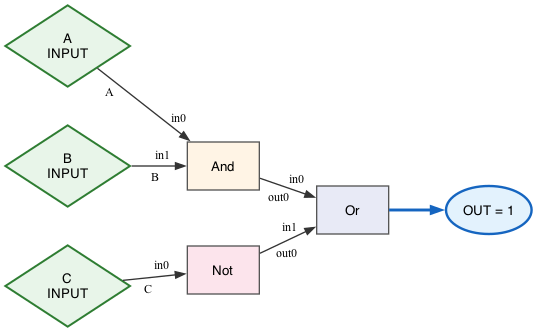
This is lib/docs/logic.png from gquar/java-logic-sim, a Graphviz export, as it was before one commit. Its source is kept beside it as lib/docs/logic.dot. Its diagram source:
```dot
digraph Logic {
  graph [rankdir=LR, nodesep=0.4, ranksep=0.6];
  node  [shape=box, style=filled, fillcolor="#f6f6f6", color="#555555", fontname=Helvetica, fontsize=10];
  edge  [color="#333333", arrowsize=0.7];

  in_A [label="A\nINPUT", shape=diamond, fillcolor="#e8f5e9", color="#2e7d32", penwidth=1.5];
  in_B [label="B\nINPUT", shape=diamond, fillcolor="#e8f5e9", color="#2e7d32", penwidth=1.5];
  in_C [label="C\nINPUT", shape=diamond, fillcolor="#e8f5e9", color="#2e7d32", penwidth=1.5];

  g_AND [label="And", fillcolor="#fff4e5"];
  g_NOT [label="Not", fillcolor="#fce4ec"];
  g_OR [label="Or", fillcolor="#e8eaf6"];

  in_A -> g_AND [taillabel="A", headlabel="in0", labeldistance=2, labelfontsize=9];
  in_B -> g_AND [taillabel="B", headlabel="in1", labeldistance=2, labelfontsize=9];
  in_C -> g_NOT [taillabel="C", headlabel="in0", labeldistance=2, labelfontsize=9];

  g_AND -> g_OR [headlabel="in0", taillabel="out0", labeldistance=2, labelfontsize=9];
  g_NOT -> g_OR [headlabel="in1", taillabel="out0", labeldistance=2, labelfontsize=9];

  out_OR [label="OUT = 1", shape=oval, fillcolor="#e3f2fd", color="#1565c0", penwidth=1.8];
  g_OR -> out_OR [color="#1565c0", penwidth=2.2];
}
```
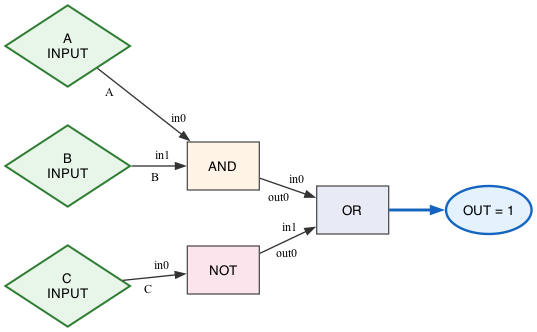
After the change.

The edit, as a diff of the source:
```diff
@@ -7,9 +7,9 @@
   in_B [label="B\nINPUT", shape=diamond, fillcolor="#e8f5e9", color="#2e7d32", penwidth=1.5];
   in_C [label="C\nINPUT", shape=diamond, fillcolor="#e8f5e9", color="#2e7d32", penwidth=1.5];
 
-  g_AND [label="And", fillcolor="#fff4e5"];
-  g_NOT [label="Not", fillcolor="#fce4ec"];
-  g_OR [label="Or", fillcolor="#e8eaf6"];
+  g_AND [label="AND", fillcolor="#fff4e5"];
+  g_NOT [label="NOT", fillcolor="#fce4ec"];
+  g_OR [label="OR", fillcolor="#e8eaf6"];
 
   in_A -> g_AND [taillabel="A", headlabel="in0", labeldistance=2, labelfontsize=9];
   in_B -> g_AND [taillabel="B", headlabel="in1", labeldistance=2, labelfontsize=9];
```
